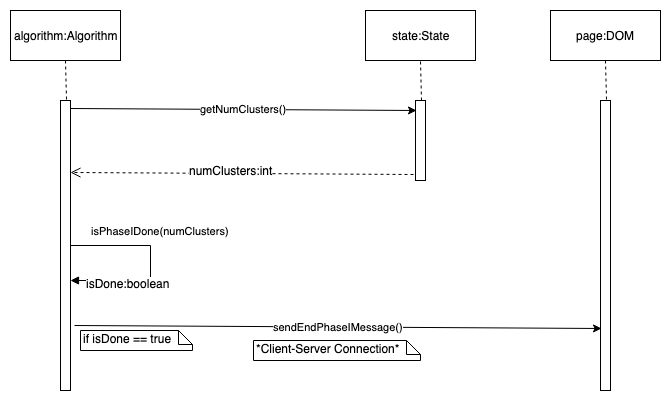
The draw.io diagram Presentation/SequenceDiagrams/28. Finish Phase I.png in Randypaquette13/CSE308New, before a commit. Source tidied: cells renumbered, new cells last; positions are measured from the earlier drawing's top-left corner, leaving out a move shared by most shapes.
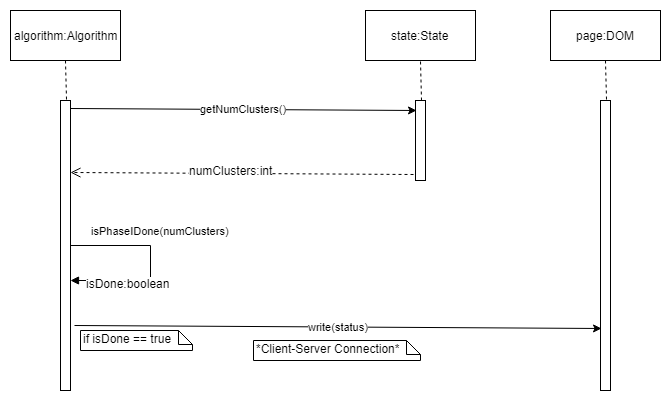
The same file after the commit.

Commit message:
updated 28 to use write() to write status to client.

The edit, as a diff of the source:
```diff
@@ -45,7 +45,7 @@
     <mxCell id="13" value="isDone:boolean" style="text;html=1;align=center;verticalAlign=middle;labelBackgroundColor=#ffffff;" parent="12" vertex="1">
       <mxGeometry x="0.41" y="2" relative="1" as="geometry" />
     </mxCell>
-    <mxCell id="14" value="sendEndPhaseIMessage()" style="endArrow=classic;html=1;entryX=0.1;entryY=0.786;entryDx=0;entryDy=0;entryPerimeter=0;exitX=1.4;exitY=0.776;exitDx=0;exitDy=0;exitPerimeter=0;" parent="1" edge="1" source="2" target="9">
+    <mxCell id="14" value="write(status)" style="endArrow=classic;html=1;entryX=0.1;entryY=0.786;entryDx=0;entryDy=0;entryPerimeter=0;exitX=1.4;exitY=0.776;exitDx=0;exitDy=0;exitPerimeter=0;" parent="1" edge="1" source="2" target="9">
       <mxGeometry relative="1" as="geometry" />
     </mxCell>
     <mxCell id="15" style="html=1;verticalAlign=bottom;endArrow=open;dashed=1;endSize=8;exitX=-0.2;exitY=0.925;exitDx=0;exitDy=0;exitPerimeter=0;entryX=1;entryY=0.248;entryDx=0;entryDy=0;entryPerimeter=0;" parent="1" edge="1" source="5" target="2">
```
